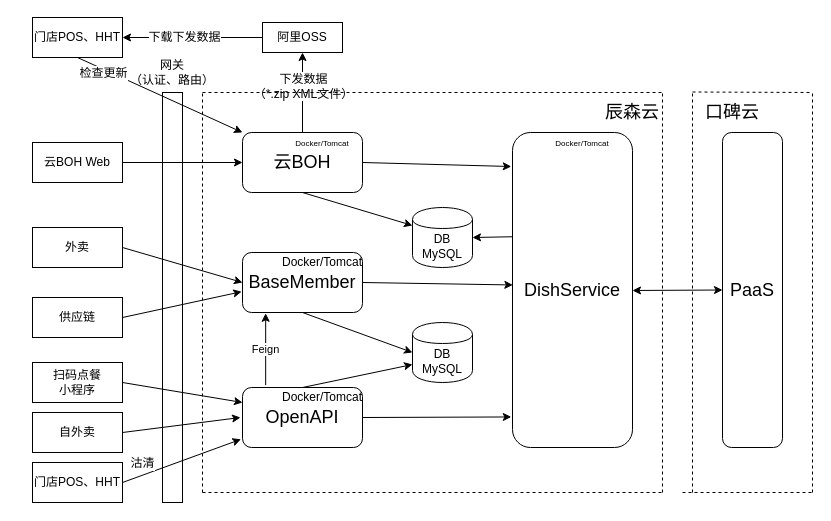
Before: 云BOH全景架构.drawio in liuchenwei2000/diagram, a draw.io diagram. Source tidied: cells renumbered, new cells numbered last; positions are measured from the earlier drawing's top-left corner, leaving out a move shared by most shapes. Both pictures are drawn from the tidied source at 100%, with x=0, y=0 at pixel (32, 17).
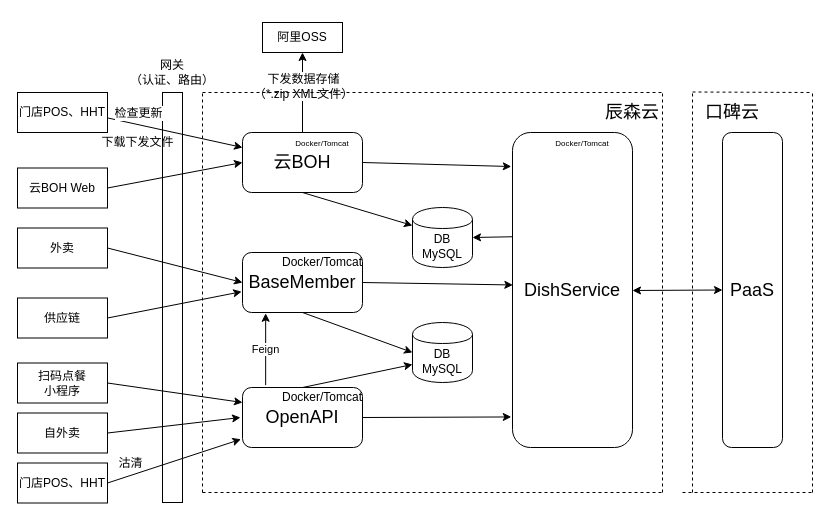
The same page after the edit.

Commit message (it also covers changes not shown here):
Update 云BOH全景架构.drawio

Unchanged cells that the change refers to:
```xml
<mxCell id="10" value="阿里OSS" style="rounded=0;whiteSpace=wrap;html=1;" parent="1" vertex="1">
  <mxGeometry x="230" y="5" width="80" height="30" as="geometry" />
</mxCell>
<mxCell id="24" value="&lt;font style=&quot;font-size: 18px&quot;&gt;云BOH&lt;/font&gt;" style="rounded=1;whiteSpace=wrap;html=1;" parent="1" vertex="1">
  <mxGeometry x="210" y="115" width="120" height="60" as="geometry" />
</mxCell>
<mxCell id="42" style="endArrow=classic;html=1;entryX=0.5;entryY=1;entryDx=0;entryDy=0;" parent="1" edge="1" target="10">
  <mxGeometry relative="1" as="geometry">
    <mxPoint x="270" y="115" as="sourcePoint" />
  </mxGeometry>
</mxCell>
```

The edit, as a diff of the source:
```diff
@@
     <mxCell id="11" value="外卖" style="rounded=0;whiteSpace=wrap;html=1;" parent="1" vertex="1">
-      <mxGeometry y="210" width="90" height="40" as="geometry" />
+      <mxGeometry x="-15" y="210.5" width="90" height="40" as="geometry" />
     </mxCell>
     <mxCell id="12" value="供应链" style="rounded=0;whiteSpace=wrap;html=1;" parent="1" vertex="1">
-      <mxGeometry y="280" width="90" height="40" as="geometry" />
+      <mxGeometry x="-15" y="280.5" width="90" height="40" as="geometry" />
     </mxCell>
     <mxCell id="13" value="扫码点餐&lt;br&gt;小程序" style="rounded=0;whiteSpace=wrap;html=1;" parent="1" vertex="1">
-      <mxGeometry y="345" width="90" height="40" as="geometry" />
+      <mxGeometry x="-15" y="345.5" width="90" height="40" as="geometry" />
     </mxCell>
     <mxCell id="14" value="自外卖" style="rounded=0;whiteSpace=wrap;html=1;" parent="1" vertex="1">
-      <mxGeometry y="395" width="90" height="40" as="geometry" />
+      <mxGeometry x="-15" y="395.5" width="90" height="40" as="geometry" />
     </mxCell>
@@
     <mxCell id="26" value="云BOH Web" style="rounded=0;whiteSpace=wrap;html=1;" parent="1" vertex="1">
-      <mxGeometry y="125" width="90" height="40" as="geometry" />
+      <mxGeometry x="-15" y="150.5" width="90" height="40" as="geometry" />
     </mxCell>
@@
-    <mxCell id="43" value="下发数据&lt;br&gt;（*.zip XML文件）" style="text;html=1;align=center;verticalAlign=middle;labelBackgroundColor=#ffffff;" parent="42" vertex="1">
+    <mxCell id="43" value="下发数据存储&lt;br&gt;（*.zip XML文件）" style="text;html=1;align=center;verticalAlign=middle;labelBackgroundColor=#ffffff;" parent="42" vertex="1">
       <mxGeometry x="0.09" y="-2" relative="1" as="geometry">
         <mxPoint x="-2" y="-2.4" as="offset" />
       </mxGeometry>
     </mxCell>
@@
     <mxCell id="45" value="门店POS、HHT" style="rounded=0;whiteSpace=wrap;html=1;" parent="1" vertex="1">
-      <mxGeometry width="90" height="40" as="geometry" />
+      <mxGeometry x="-15" y="75" width="90" height="40" as="geometry" />
     </mxCell>
-    <mxCell id="46" style="endArrow=classic;html=1;entryX=1;entryY=0.5;entryDx=0;entryDy=0;exitX=0;exitY=0.5;exitDx=0;exitDy=0;" parent="1" edge="1" source="10" target="45">
-      <mxGeometry relative="1" as="geometry" />
-    </mxCell>
-    <mxCell id="47" value="下载下发数据" style="text;html=1;align=center;verticalAlign=middle;labelBackgroundColor=#ffffff;" parent="46" vertex="1">
-      <mxGeometry x="0.13" y="-1" relative="1" as="geometry" />
-    </mxCell>
     <mxCell id="48" value="门店POS、HHT" style="rounded=0;whiteSpace=wrap;html=1;" parent="1" vertex="1">
-      <mxGeometry y="445" width="90" height="40" as="geometry" />
+      <mxGeometry x="-15" y="445.5" width="90" height="40" as="geometry" />
     </mxCell>
@@
-    <mxCell id="52" style="endArrow=classic;html=1;exitX=0.5;exitY=1;exitDx=0;exitDy=0;entryX=0;entryY=0;entryDx=0;entryDy=0;" parent="1" edge="1" source="45" target="24">
+    <mxCell id="52" style="endArrow=classic;html=1;exitX=1.004;exitY=0.637;exitDx=0;exitDy=0;entryX=0;entryY=0.25;entryDx=0;entryDy=0;exitPerimeter=0;" parent="1" edge="1" source="45" target="24">
       <mxGeometry relative="1" as="geometry" />
     </mxCell>
     <mxCell id="53" value="检查更新" style="text;html=1;align=center;verticalAlign=middle;labelBackgroundColor=#ffffff;" parent="52" vertex="1">
       <mxGeometry x="0.42" y="2" relative="1" as="geometry">
-        <mxPoint x="-93.1" y="-36.5" as="offset" />
+        <mxPoint x="-66.1" y="-24.4" as="offset" />
       </mxGeometry>
     </mxCell>
@@
+    <mxCell id="55" value="下载下发文件" style="text;html=1;align=center;verticalAlign=middle;" parent="1" vertex="1">
+      <mxGeometry x="60" y="115" width="90" height="20" as="geometry" />
+    </mxCell>
```
